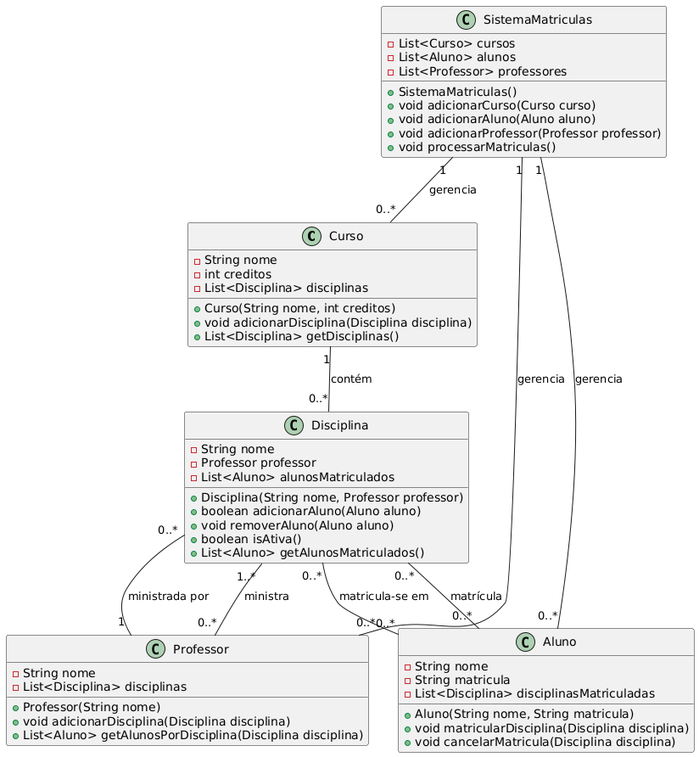
Earlier version of the PlantUML export project/img/classDiagram.png (RafaMtF/LDS-Lab01).
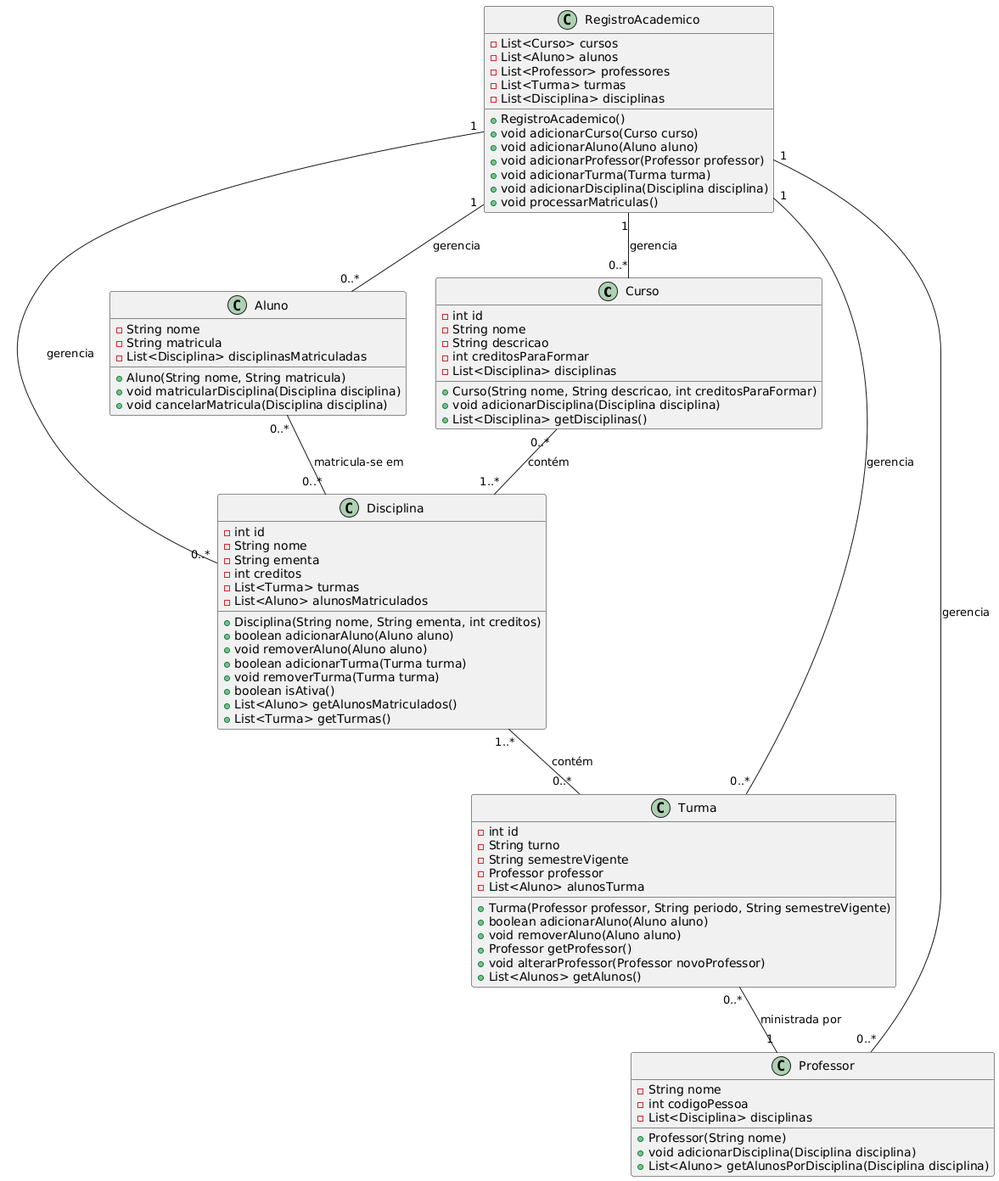
After the commit.

The edit, as a diff of the source:
```diff
@@ -1,22 +1,45 @@
 @startuml
 class Curso {
+    -int id
     -String nome
-    -int creditos
+    -String descricao
+    -int creditosParaFormar
     -List<Disciplina> disciplinas
-    +Curso(String nome, int creditos)
+    +Curso(String nome, String descricao, int creditosParaFormar)
     +void adicionarDisciplina(Disciplina disciplina)
     +List<Disciplina> getDisciplinas()
 }
 
-class Disciplina {
-    -String nome
+class Turma {
+    -int id
+    -String turno
+    -String semestreVigente
     -Professor professor
-    -List<Aluno> alunosMatriculados
-    +Disciplina(String nome, Professor professor)
+    -List<Aluno> alunosTurma
+    +Turma(Professor professor, String periodo, String semestreVigente)
     +boolean adicionarAluno(Aluno aluno)
     +void removerAluno(Aluno aluno)
+    +Professor getProfessor()
+    +void alterarProfessor(Professor novoProfessor)
+    +List<Alunos> getAlunos()
+
+}
+
+class Disciplina {
+    -int id
+    -String nome
+    -String ementa
+    -int creditos
+    -List<Turma> turmas
+    -List<Aluno> alunosMatriculados
+    +Disciplina(String nome, String ementa, int creditos)
+    +boolean adicionarAluno(Aluno aluno)
+    +void removerAluno(Aluno aluno)
+    +boolean adicionarTurma(Turma turma)
+    +void removerTurma(Turma turma)
     +boolean isAtiva()
     +List<Aluno> getAlunosMatriculados()
+    +List<Turma> getTurmas()
 }
 
 class Aluno {
@@ -30,30 +53,36 @@
 
 class Professor {
     -String nome
+    -int codigoPessoa
     -List<Disciplina> disciplinas
     +Professor(String nome)
     +void adicionarDisciplina(Disciplina disciplina)
     +List<Aluno> getAlunosPorDisciplina(Disciplina disciplina)
 }
 
-class SistemaMatriculas {
+class RegistroAcademico {
     -List<Curso> cursos
     -List<Aluno> alunos
     -List<Professor> professores
-    +SistemaMatriculas()
+    -List<Turma> turmas
+    -List<Disciplina> disciplinas
+    +RegistroAcademico()
     +void adicionarCurso(Curso curso)
     +void adicionarAluno(Aluno aluno)
     +void adicionarProfessor(Professor professor)
+    +void adicionarTurma(Turma turma)
+    +void adicionarDisciplina(Disciplina disciplina)
     +void processarMatriculas()
 }
 
-Curso "1" -- "0..*" Disciplina: contém
-Disciplina "0..*" -- "1" Professor: ministrada por
-Disciplina "0..*" -- "0..*" Aluno: matrícula
-Professor "0..*" -- "1..*" Disciplina: ministra
+Curso "0..*" -- "1..*" Disciplina: contém
+Disciplina "1..*" -- "0..*" Turma: contém
+Turma "0..*" -- "1" Professor: ministrada por
 Aluno "0..*" -- "0..*" Disciplina: matricula-se em
 
-SistemaMatriculas "1" -- "0..*" Curso: gerencia
-SistemaMatriculas "1" -- "0..*" Aluno: gerencia
-SistemaMatriculas "1" -- "0..*" Professor: gerencia
+RegistroAcademico "1" -- "0..*" Curso: gerencia
+RegistroAcademico "1" -- "0..*" Aluno: gerencia
+RegistroAcademico "1" -- "0..*" Turma: gerencia
+RegistroAcademico "1" -- "0..*" Professor: gerencia
+RegistroAcademico "1" -- "0..*" Disciplina: gerencia
 @enduml
```
